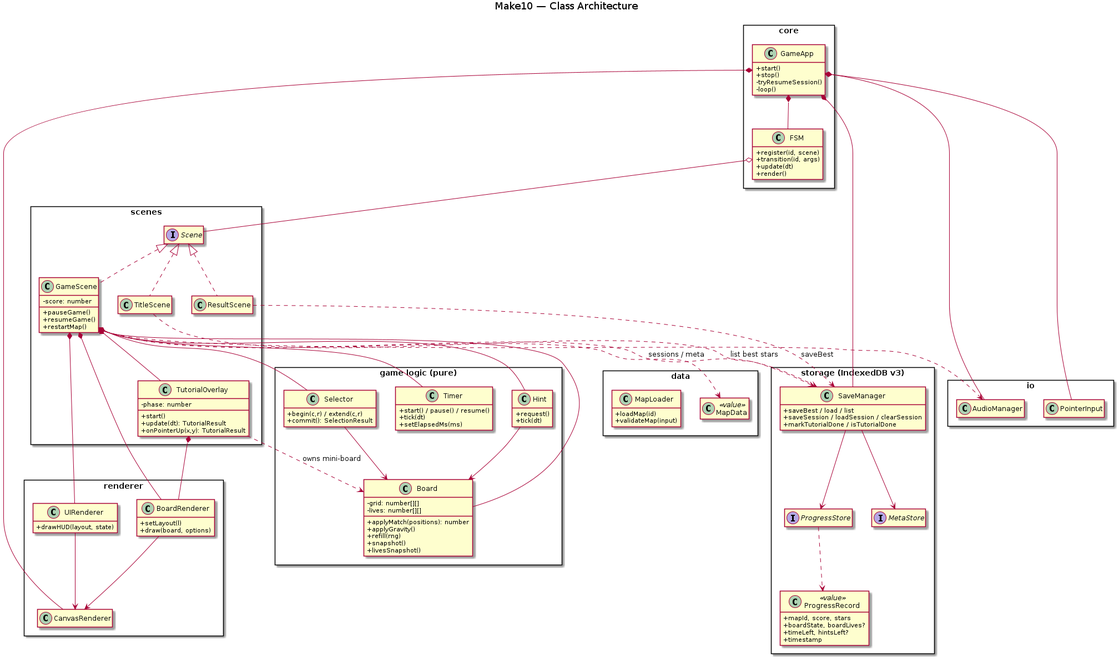
Before: docs/uml/class-architecture.png, a diagram exported from PlantUML (chobocho/make10). Its source is kept beside it as docs/uml/class-architecture.puml.
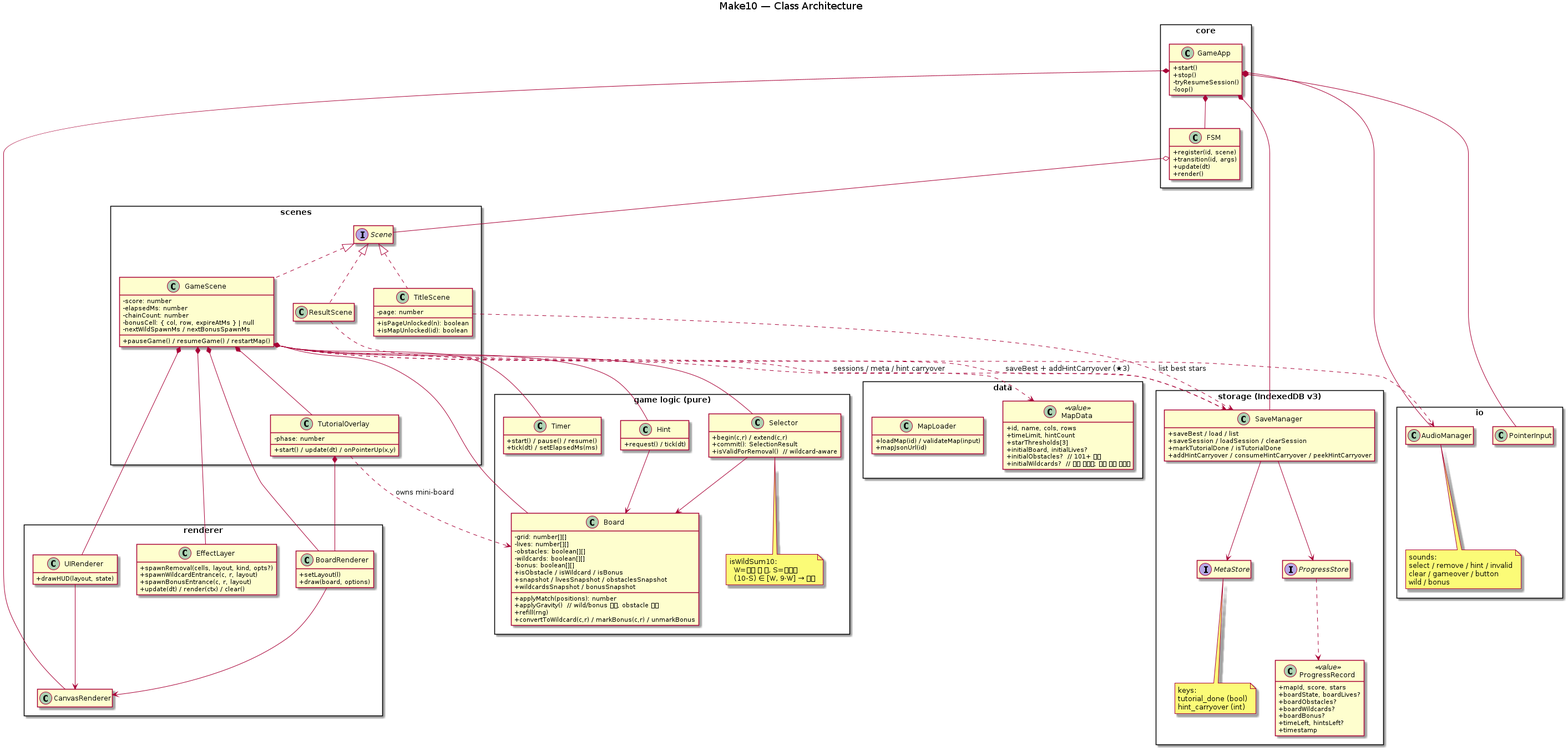
The same file after the commit.

Change to the diagram source:
```diff
@@ -23,19 +23,23 @@
 
 package "scenes" {
   interface Scene
-  class TitleScene
+  class TitleScene {
+    -page: number
+    +isPageUnlocked(n): boolean
+    +isMapUnlocked(id): boolean
+  }
   class GameScene {
     -score: number
-    +pauseGame()
-    +resumeGame()
-    +restartMap()
+    -elapsedMs: number
+    -chainCount: number
+    -bonusCell: { col, row, expireAtMs } | null
+    -nextWildSpawnMs / nextBonusSpawnMs
+    +pauseGame() / resumeGame() / restartMap()
   }
   class ResultScene
   class TutorialOverlay {
     -phase: number
-    +start()
-    +update(dt): TutorialResult
-    +onPointerUp(x,y): TutorialResult
+    +start() / update(dt) / onPointerUp(x,y)
   }
   Scene <|.. TitleScene
   Scene <|.. GameScene
@@ -48,27 +52,36 @@
   class Board {
     -grid: number[][]
     -lives: number[][]
+    -obstacles: boolean[][]
+    -wildcards: boolean[][]
+    -bonus: boolean[][]
     +applyMatch(positions): number
-    +applyGravity()
+    +applyGravity()  // wild/bonus 보존, obstacle 통과
     +refill(rng)
-    +snapshot()
-    +livesSnapshot()
+    +convertToWildcard(c,r) / markBonus(c,r) / unmarkBonus
+    +isObstacle / isWildcard / isBonus
+    +snapshot / livesSnapshot / obstaclesSnapshot
+    +wildcardsSnapshot / bonusSnapshot
   }
   class Selector {
     +begin(c,r) / extend(c,r)
     +commit(): SelectionResult
+    +isValidForRemoval()  // wildcard-aware
   }
   class Timer {
     +start() / pause() / resume()
-    +tick(dt)
-    +setElapsedMs(ms)
+    +tick(dt) / setElapsedMs(ms)
   }
   class Hint {
-    +request()
-    +tick(dt)
+    +request() / tick(dt)
   }
   Selector --> Board
   Hint --> Board
+  note bottom of Selector
+    isWildSum10:
+      W=만능 셀 수, S=고정합
+      (10-S) ∈ [W, 9·W] → 매치
+  end note
 }
 
 package "renderer" {
@@ -80,6 +93,12 @@
   class UIRenderer {
     +drawHUD(layout, state)
   }
+  class EffectLayer {
+    +spawnRemoval(cells, layout, kind, opts?)
+    +spawnWildcardEntrance(c, r, layout)
+    +spawnBonusEntrance(c, r, layout)
+    +update(dt) / render(ctx) / clear()
+  }
   BoardRenderer --> CanvasRenderer
   UIRenderer --> CanvasRenderer
 }
@@ -87,13 +106,26 @@
 package "io" {
   class PointerInput
   class AudioManager
+  note bottom of AudioManager
+    sounds:
+    select / remove / hint / invalid
+    clear / gameover / button
+    wild / bonus
+  end note
 }
 
 package "data" {
-  class MapData <<value>>
+  class MapData <<value>> {
+    +id, name, cols, rows
+    +timeLimit, hintCount
+    +starThresholds[3]
+    +initialBoard, initialLives?
+    +initialObstacles?  // 101+ 도입
+    +initialWildcards?  // 동적 스폰용; 정적 맵은 미사용
+  }
   class MapLoader {
-    +loadMap(id)
-    +validateMap(input)
+    +loadMap(id) / validateMap(input)
+    +mapJsonUrl(id)
   }
 }
 
@@ -102,18 +134,27 @@
     +saveBest / load / list
     +saveSession / loadSession / clearSession
     +markTutorialDone / isTutorialDone
+    +addHintCarryover / consumeHintCarryover / peekHintCarryover
   }
   interface ProgressStore
   interface MetaStore
   class ProgressRecord <<value>> {
     +mapId, score, stars
     +boardState, boardLives?
+    +boardObstacles?
+    +boardWildcards?
+    +boardBonus?
     +timeLeft, hintsLeft?
     +timestamp
   }
   SaveManager --> ProgressStore
   SaveManager --> MetaStore
   ProgressStore ..> ProgressRecord
+  note bottom of MetaStore
+    keys:
+    tutorial_done (bool)
+    hint_carryover (int)
+  end note
 }
 
 GameApp *-- CanvasRenderer
@@ -127,7 +168,8 @@
 GameScene *-- Hint
 GameScene *-- BoardRenderer
 GameScene *-- UIRenderer
-GameScene ..> SaveManager : sessions / meta
+GameScene *-- EffectLayer
+GameScene ..> SaveManager : sessions / meta / hint carryover
 GameScene ..> AudioManager
 GameScene ..> MapData
 
@@ -135,5 +177,5 @@
 TutorialOverlay ..> Board : owns mini-board
 
 TitleScene ..> SaveManager : list best stars
-ResultScene ..> SaveManager : saveBest
+ResultScene ..> SaveManager : saveBest + addHintCarryover (★3)
 @enduml
```
